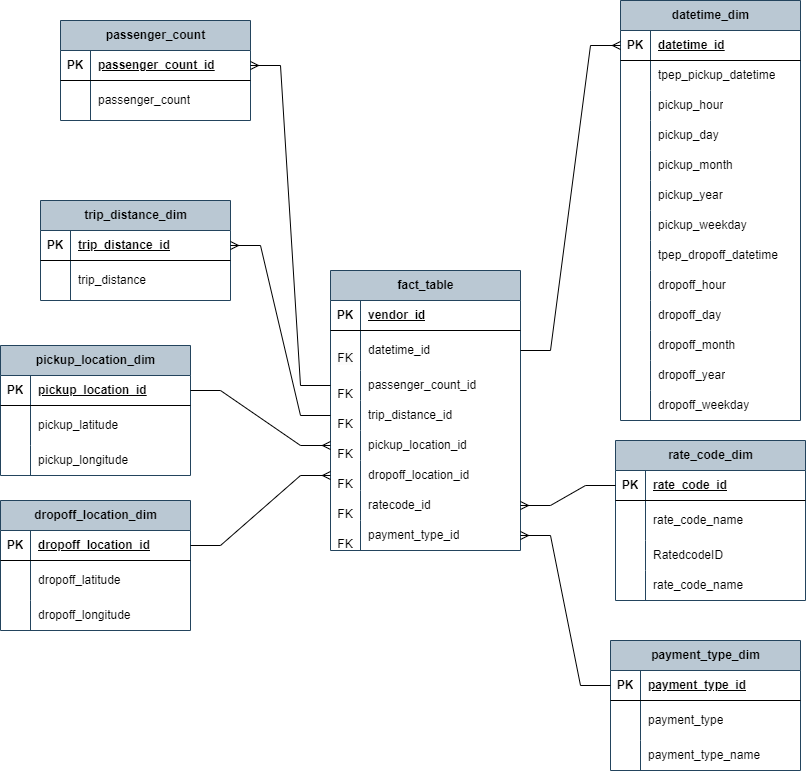
Doolet/uber-data-analysis keeps this draw.io diagram as Uber Data Model.png. Above is the earlier version. Source tidied: cells renumbered, new cells last; positions are measured from the earlier drawing's top-left corner, leaving out a move shared by most shapes.
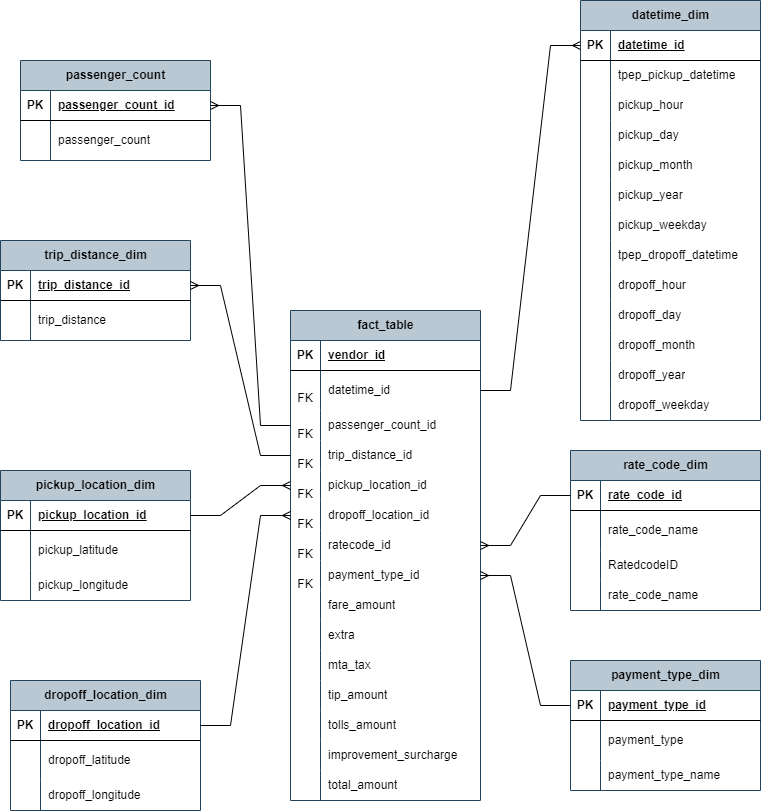
After the commit.

Commit message:
Updated data model

Diff of the diagram source:
```diff
@@ -3,7 +3,7 @@
     <mxCell id="0" />
     <mxCell id="1" parent="0" />
     <mxCell id="2" value="fact_table" style="shape=table;startSize=30;rowLines=0;fontStyle=1;align=center;html=1;fillColor=#bac8d3;strokeColor=#23445d;" parent="1" vertex="1">
-      <mxGeometry x="330" y="270" width="190" height="280" as="geometry" />
+      <mxGeometry x="330" y="270" width="190" height="490" as="geometry" />
     </mxCell>
     <mxCell id="3" style="shape=tableRow;horizontal=0;startSize=0;swimlaneHead=0;swimlaneBody=0;fillColor=none;top=0;left=0;right=0;bottom=1;" parent="2" vertex="1">
       <mxGeometry y="30" width="190" height="30" as="geometry" />
@@ -77,8 +77,71 @@
     <mxCell id="26" value="payment_type_id" style="shape=partialRectangle;fillColor=none;top=0;left=0;bottom=0;right=0;align=left;spacingLeft=6;overflow=hidden;whiteSpace=wrap;html=1;" parent="24" vertex="1">
       <mxGeometry x="30" width="160" height="30" as="geometry" />
     </mxCell>
+    <mxCell id="131" style="shape=tableRow;horizontal=0;startSize=0;swimlaneHead=0;swimlaneBody=0;fillColor=none;top=0;left=0;right=0;bottom=0;" parent="2" vertex="1">
+      <mxGeometry y="280" width="190" height="30" as="geometry" />
+    </mxCell>
+    <mxCell id="132" style="shape=partialRectangle;fillColor=none;top=0;left=0;bottom=0;right=0;overflow=hidden;whiteSpace=wrap;html=1;" parent="131" vertex="1">
+      <mxGeometry width="30" height="30" as="geometry" />
+    </mxCell>
+    <mxCell id="133" value="fare_amount" style="shape=partialRectangle;fillColor=none;top=0;left=0;bottom=0;right=0;align=left;spacingLeft=6;overflow=hidden;whiteSpace=wrap;html=1;" parent="131" vertex="1">
+      <mxGeometry x="30" width="160" height="30" as="geometry" />
+    </mxCell>
+    <mxCell id="134" style="shape=tableRow;horizontal=0;startSize=0;swimlaneHead=0;swimlaneBody=0;fillColor=none;top=0;left=0;right=0;bottom=0;" parent="2" vertex="1">
+      <mxGeometry y="310" width="190" height="30" as="geometry" />
+    </mxCell>
+    <mxCell id="135" style="shape=partialRectangle;fillColor=none;top=0;left=0;bottom=0;right=0;overflow=hidden;whiteSpace=wrap;html=1;" parent="134" vertex="1">
+      <mxGeometry width="30" height="30" as="geometry" />
+    </mxCell>
+    <mxCell id="136" value="extra" style="shape=partialRectangle;fillColor=none;top=0;left=0;bottom=0;right=0;align=left;spacingLeft=6;overflow=hidden;whiteSpace=wrap;html=1;" parent="134" vertex="1">
+      <mxGeometry x="30" width="160" height="30" as="geometry" />
+    </mxCell>
+    <mxCell id="137" style="shape=tableRow;horizontal=0;startSize=0;swimlaneHead=0;swimlaneBody=0;fillColor=none;top=0;left=0;right=0;bottom=0;" parent="2" vertex="1">
+      <mxGeometry y="340" width="190" height="30" as="geometry" />
+    </mxCell>
+    <mxCell id="138" style="shape=partialRectangle;fillColor=none;top=0;left=0;bottom=0;right=0;overflow=hidden;whiteSpace=wrap;html=1;" parent="137" vertex="1">
+      <mxGeometry width="30" height="30" as="geometry" />
+    </mxCell>
+    <mxCell id="139" value="mta_tax" style="shape=partialRectangle;fillColor=none;top=0;left=0;bottom=0;right=0;align=left;spacingLeft=6;overflow=hidden;whiteSpace=wrap;html=1;" parent="137" vertex="1">
+      <mxGeometry x="30" width="160" height="30" as="geometry" />
+    </mxCell>
+    <mxCell id="140" style="shape=tableRow;horizontal=0;startSize=0;swimlaneHead=0;swimlaneBody=0;fillColor=none;top=0;left=0;right=0;bottom=0;" parent="2" vertex="1">
+      <mxGeometry y="370" width="190" height="30" as="geometry" />
+    </mxCell>
+    <mxCell id="141" style="shape=partialRectangle;fillColor=none;top=0;left=0;bottom=0;right=0;overflow=hidden;whiteSpace=wrap;html=1;" parent="140" vertex="1">
+      <mxGeometry width="30" height="30" as="geometry" />
+    </mxCell>
+    <mxCell id="142" value="tip_amount" style="shape=partialRectangle;fillColor=none;top=0;left=0;bottom=0;right=0;align=left;spacingLeft=6;overflow=hidden;whiteSpace=wrap;html=1;" parent="140" vertex="1">
+      <mxGeometry x="30" width="160" height="30" as="geometry" />
+    </mxCell>
+    <mxCell id="143" style="shape=tableRow;horizontal=0;startSize=0;swimlaneHead=0;swimlaneBody=0;fillColor=none;top=0;left=0;right=0;bottom=0;" parent="2" vertex="1">
+      <mxGeometry y="400" width="190" height="30" as="geometry" />
+    </mxCell>
+    <mxCell id="144" style="shape=partialRectangle;fillColor=none;top=0;left=0;bottom=0;right=0;overflow=hidden;whiteSpace=wrap;html=1;" parent="143" vertex="1">
+      <mxGeometry width="30" height="30" as="geometry" />
+    </mxCell>
+    <mxCell id="145" value="tolls_amount" style="shape=partialRectangle;fillColor=none;top=0;left=0;bottom=0;right=0;align=left;spacingLeft=6;overflow=hidden;whiteSpace=wrap;html=1;" parent="143" vertex="1">
+      <mxGeometry x="30" width="160" height="30" as="geometry" />
+    </mxCell>
+    <mxCell id="146" style="shape=tableRow;horizontal=0;startSize=0;swimlaneHead=0;swimlaneBody=0;fillColor=none;top=0;left=0;right=0;bottom=0;" parent="2" vertex="1">
+      <mxGeometry y="430" width="190" height="30" as="geometry" />
+    </mxCell>
+    <mxCell id="147" style="shape=partialRectangle;fillColor=none;top=0;left=0;bottom=0;right=0;overflow=hidden;whiteSpace=wrap;html=1;" parent="146" vertex="1">
+      <mxGeometry width="30" height="30" as="geometry" />
+    </mxCell>
+    <mxCell id="148" value="improvement_surcharge" style="shape=partialRectangle;fillColor=none;top=0;left=0;bottom=0;right=0;align=left;spacingLeft=6;overflow=hidden;whiteSpace=wrap;html=1;" parent="146" vertex="1">
+      <mxGeometry x="30" width="160" height="30" as="geometry" />
+    </mxCell>
+    <mxCell id="149" style="shape=tableRow;horizontal=0;startSize=0;swimlaneHead=0;swimlaneBody=0;fillColor=none;top=0;left=0;right=0;bottom=0;" parent="2" vertex="1">
+      <mxGeometry y="460" width="190" height="30" as="geometry" />
+    </mxCell>
+    <mxCell id="150" style="shape=partialRectangle;fillColor=none;top=0;left=0;bottom=0;right=0;overflow=hidden;whiteSpace=wrap;html=1;" parent="149" vertex="1">
+      <mxGeometry width="30" height="30" as="geometry" />
+    </mxCell>
+    <mxCell id="151" value="total_amount" style="shape=partialRectangle;fillColor=none;top=0;left=0;bottom=0;right=0;align=left;spacingLeft=6;overflow=hidden;whiteSpace=wrap;html=1;" parent="149" vertex="1">
+      <mxGeometry x="30" width="160" height="30" as="geometry" />
+    </mxCell>
     <mxCell id="27" value="datetime_dim" style="shape=table;startSize=30;rowLines=0;fontStyle=1;align=center;html=1;fillColor=#bac8d3;strokeColor=#23445d;" parent="1" vertex="1">
-      <mxGeometry x="620" width="180" height="420" as="geometry" />
+      <mxGeometry x="620" y="-40" width="180" height="420" as="geometry" />
     </mxCell>
     <mxCell id="28" style="shape=tableRow;horizontal=0;startSize=0;swimlaneHead=0;swimlaneBody=0;fillColor=none;points=[[0,0.5],[1,0.5]];portConstraint=eastwest;top=0;left=0;right=0;bottom=1;" parent="27" vertex="1">
       <mxGeometry y="30" width="180" height="30" as="geometry" />
@@ -249,7 +312,7 @@
       <mxGeometry relative="1" as="geometry" />
     </mxCell>
     <mxCell id="84" value="pickup_location_dim" style="shape=table;startSize=30;rowLines=0;fontStyle=1;align=center;html=1;fillColor=#bac8d3;strokeColor=#23445d;" parent="1" vertex="1">
-      <mxGeometry y="345" width="190" height="130" as="geometry" />
+      <mxGeometry x="40" y="430" width="190" height="130" as="geometry" />
     </mxCell>
     <mxCell id="85" style="shape=tableRow;horizontal=0;startSize=0;swimlaneHead=0;swimlaneBody=0;fillColor=none;points=[[0,0.5],[1,0.5]];portConstraint=eastwest;top=0;left=0;right=0;bottom=1;" parent="84" vertex="1">
       <mxGeometry y="30" width="190" height="30" as="geometry" />
@@ -282,7 +345,7 @@
       <mxGeometry relative="1" as="geometry" />
     </mxCell>
     <mxCell id="95" value="dropoff_location_dim" style="shape=table;startSize=30;rowLines=0;fontStyle=1;align=center;html=1;fillColor=#bac8d3;strokeColor=#23445d;" parent="1" vertex="1">
-      <mxGeometry y="500" width="190" height="130" as="geometry" />
+      <mxGeometry x="50" y="640" width="190" height="130" as="geometry" />
     </mxCell>
     <mxCell id="96" style="shape=tableRow;horizontal=0;startSize=0;swimlaneHead=0;swimlaneBody=0;fillColor=none;points=[[0,0.5],[1,0.5]];portConstraint=eastwest;top=0;left=0;right=0;bottom=1;" parent="95" vertex="1">
       <mxGeometry y="30" width="190" height="30" as="geometry" />
@@ -315,7 +378,7 @@
       <mxGeometry relative="1" as="geometry" />
     </mxCell>
     <mxCell id="106" value="rate_code_dim" style="shape=table;startSize=30;rowLines=0;fontStyle=1;align=center;html=1;fillColor=#bac8d3;strokeColor=#23445d;" parent="1" vertex="1">
-      <mxGeometry x="615" y="440" width="190" height="160" as="geometry" />
+      <mxGeometry x="610" y="410" width="190" height="160" as="geometry" />
     </mxCell>
     <mxCell id="107" style="shape=tableRow;horizontal=0;startSize=0;swimlaneHead=0;swimlaneBody=0;fillColor=none;points=[[0,0.5],[1,0.5]];portConstraint=eastwest;top=0;left=0;right=0;bottom=1;" parent="106" vertex="1">
       <mxGeometry y="30" width="190" height="30" as="geometry" />
@@ -357,7 +420,7 @@
       <mxGeometry relative="1" as="geometry" />
     </mxCell>
     <mxCell id="120" value="payment_type_dim" style="shape=table;startSize=30;rowLines=0;fontStyle=1;align=center;html=1;fillColor=#bac8d3;strokeColor=#23445d;" parent="1" vertex="1">
-      <mxGeometry x="610" y="640" width="190" height="130" as="geometry" />
+      <mxGeometry x="610" y="620" width="190" height="130" as="geometry" />
     </mxCell>
     <mxCell id="121" style="shape=tableRow;horizontal=0;startSize=0;swimlaneHead=0;swimlaneBody=0;fillColor=none;points=[[0,0.5],[1,0.5]];portConstraint=eastwest;top=0;left=0;right=0;bottom=1;" parent="120" vertex="1">
       <mxGeometry y="30" width="190" height="30" as="geometry" />
@@ -380,9 +443,9 @@
     <mxCell id="127" style="shape=tableRow;horizontal=0;startSize=0;swimlaneHead=0;swimlaneBody=0;fillColor=none;top=0;left=0;right=0;bottom=0;" parent="120" vertex="1">
       <mxGeometry y="100" width="190" height="30" as="geometry" />
     </mxCell>
-    <mxCell id="128" style="shape=partialRectangle;fillColor=none;top=0;left=0;bottom=0;right=0;overflow=hidden;whiteSpace=wrap;html=1;" parent="127" vertex="1">
-      <mxGeometry width="30" height="30" as="geometry" />
-    </mxCell>
+    <mxCell id="152" style="shape=partialRectangle;fillColor=none;top=0;left=0;bottom=0;right=0;overflow=hidden;whiteSpace=wrap;html=1;" parent="127" vertex="1">
+      <mxGeometry width="30" height="30" as="geometry" />
+    </mxCell>
     <mxCell id="129" value="payment_type_name" style="shape=partialRectangle;fillColor=none;top=0;left=0;bottom=0;right=0;align=left;spacingLeft=6;overflow=hidden;whiteSpace=wrap;html=1;" parent="127" vertex="1">
       <mxGeometry x="30" width="160" height="30" as="geometry" />
     </mxCell>
```
